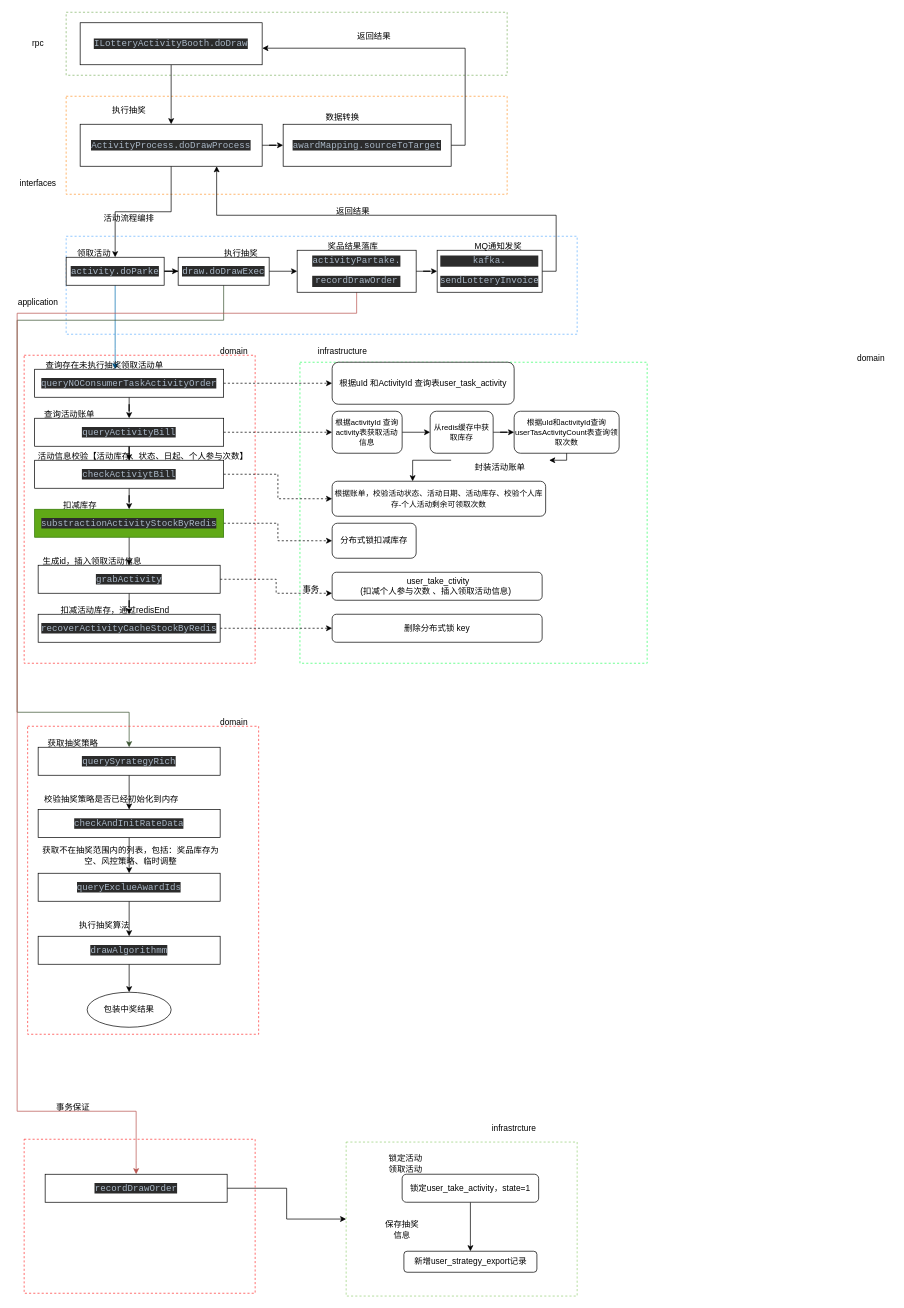
The draw.io diagram lottery-架构图.drawio in VilaNan/tsxxx.github.io, before the edit. Source tidied: cells renumbered, new cells numbered last; positions are measured from the earlier drawing's top-left corner, leaving out a move shared by most shapes. Both pictures are drawn from the tidied source at 70%, with x=0, y=0 at pixel (17, 12).
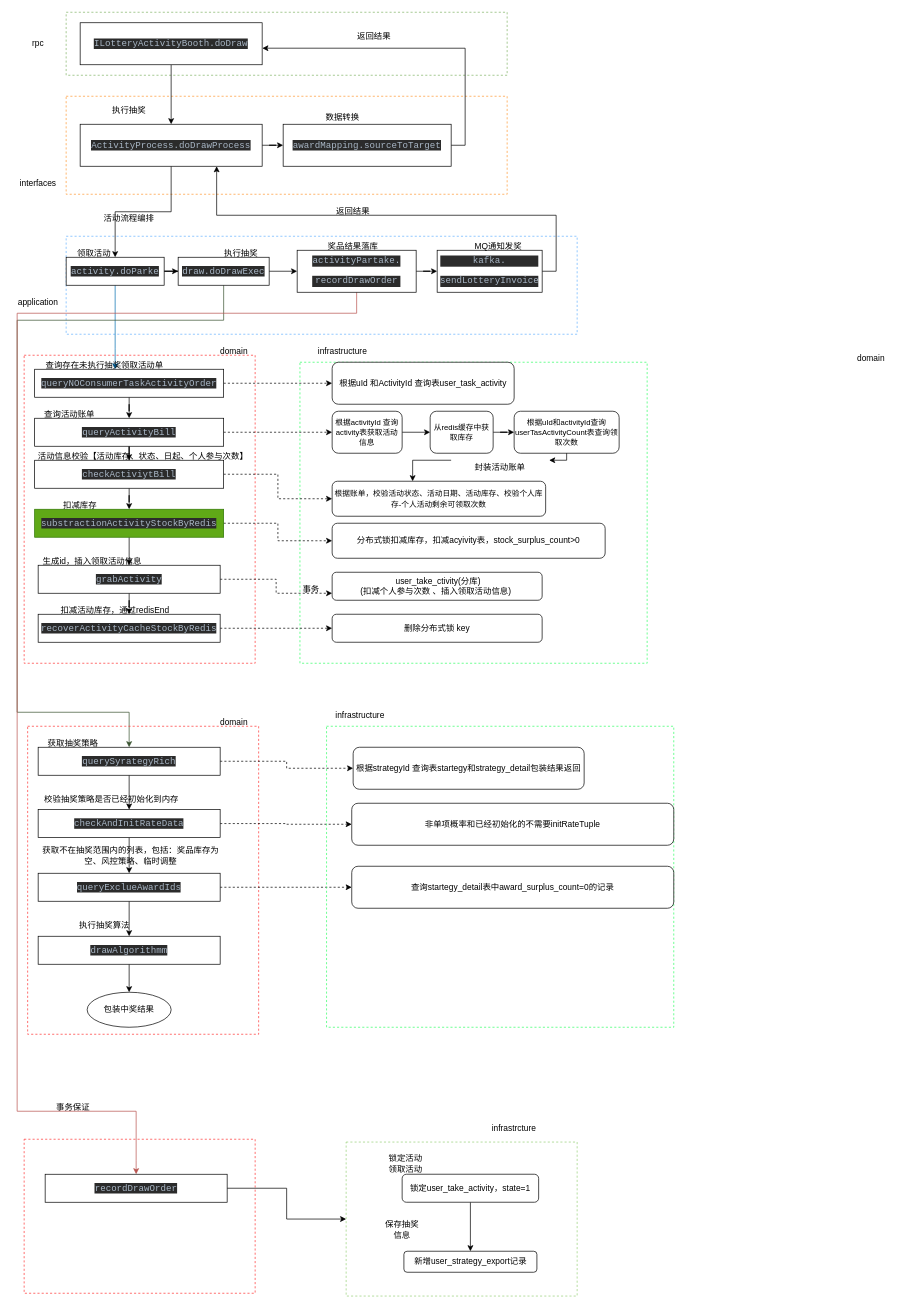
The same page after the edit.

Commit message:
更新lottery-架构图.drawio

Unchanged cells that the change refers to:
```xml
<mxCell id="78" value="&lt;pre style=&quot;border-color: var(--border-color); color: rgb(169, 183, 198); font-size: 9.8pt; font-style: normal; font-variant-ligatures: normal; font-variant-caps: normal; font-weight: 400; letter-spacing: normal; orphans: 2; text-align: center; text-indent: 0px; text-transform: none; widows: 2; word-spacing: 0px; -webkit-text-stroke-width: 0px; text-decoration-thickness: initial; text-decoration-style: initial; text-decoration-color: initial; background-color: rgb(43, 43, 43); font-family: &amp;quot;JetBrains Mono&amp;quot;, monospace;&quot;&gt;querySyrategyRich&lt;/pre&gt;" style="whiteSpace=wrap;html=1;rounded=0;" parent="1" vertex="1">
  <mxGeometry x="30" y="1050" width="260" height="40" as="geometry" />
</mxCell>
<mxCell id="80" value="&lt;pre style=&quot;border-color: var(--border-color); color: rgb(169, 183, 198); font-size: 9.8pt; font-style: normal; font-variant-ligatures: normal; font-variant-caps: normal; font-weight: 400; letter-spacing: normal; orphans: 2; text-align: center; text-indent: 0px; text-transform: none; widows: 2; word-spacing: 0px; -webkit-text-stroke-width: 0px; text-decoration-thickness: initial; text-decoration-style: initial; text-decoration-color: initial; background-color: rgb(43, 43, 43); font-family: &amp;quot;JetBrains Mono&amp;quot;, monospace;&quot;&gt;checkAndInitRateData&lt;/pre&gt;" style="whiteSpace=wrap;html=1;rounded=0;" parent="1" vertex="1">
  <mxGeometry x="30" y="1139" width="260" height="40" as="geometry" />
</mxCell>
<mxCell id="82" value="&lt;pre style=&quot;border-color: var(--border-color); color: rgb(169, 183, 198); font-size: 9.8pt; font-style: normal; font-variant-ligatures: normal; font-variant-caps: normal; font-weight: 400; letter-spacing: normal; orphans: 2; text-align: center; text-indent: 0px; text-transform: none; widows: 2; word-spacing: 0px; -webkit-text-stroke-width: 0px; text-decoration-thickness: initial; text-decoration-style: initial; text-decoration-color: initial; background-color: rgb(43, 43, 43); font-family: &amp;quot;JetBrains Mono&amp;quot;, monospace;&quot;&gt;queryExclueAwardIds&lt;/pre&gt;" style="whiteSpace=wrap;html=1;rounded=0;" parent="1" vertex="1">
  <mxGeometry x="30" y="1230" width="260" height="40" as="geometry" />
</mxCell>
```

The edit, as a diff of the source:
```diff
@@
-    <mxCell id="72" value="分布式锁扣减库存" style="rounded=1;whiteSpace=wrap;html=1;" parent="1" vertex="1">
-      <mxGeometry x="450" y="730" width="120" height="50" as="geometry" />
+    <mxCell id="72" value="分布式锁扣减库存，扣减acyivity表，stock_surplus_count&amp;gt;0" style="rounded=1;whiteSpace=wrap;html=1;" parent="1" vertex="1">
+      <mxGeometry x="450" y="730" width="390" height="50" as="geometry" />
     </mxCell>
-    <mxCell id="73" value="&amp;nbsp;user_take_ctivity&lt;br&gt;(扣减个人参与次数 、插入领取活动信息)&amp;nbsp;" style="rounded=1;whiteSpace=wrap;html=1;" parent="1" vertex="1">
+    <mxCell id="73" value="&amp;nbsp;user_take_ctivity(分库)&lt;br&gt;(扣减个人参与次数 、插入领取活动信息)&amp;nbsp;" style="rounded=1;whiteSpace=wrap;html=1;" parent="1" vertex="1">
       <mxGeometry x="450" y="800" width="300" height="40" as="geometry" />
     </mxCell>
@@
+    <mxCell id="103" style="edgeStyle=orthogonalEdgeStyle;rounded=0;jettySize=auto;html=1;entryX=0;entryY=0.5;entryDx=0;entryDy=0;dashed=1;" parent="1" edge="1" source="78" target="108">
+      <mxGeometry relative="1" as="geometry" />
+    </mxCell>
@@
+    <mxCell id="104" style="edgeStyle=orthogonalEdgeStyle;rounded=0;jettySize=auto;html=1;entryX=0;entryY=0.5;entryDx=0;entryDy=0;dashed=1;" parent="1" edge="1" source="80" target="109">
+      <mxGeometry relative="1" as="geometry" />
+    </mxCell>
@@
+    <mxCell id="105" style="edgeStyle=orthogonalEdgeStyle;rounded=0;jettySize=auto;html=1;dashed=1;" parent="1" edge="1" source="82" target="110">
+      <mxGeometry relative="1" as="geometry" />
+    </mxCell>
@@
+    <mxCell id="106" style="rounded=0;whiteSpace=wrap;html=1;fillColor=none;dashed=1;strokeColor=#33ff66;" parent="1" vertex="1">
+      <mxGeometry x="442" y="1020" width="496" height="430" as="geometry" />
+    </mxCell>
+    <mxCell id="107" value="infrastructure" style="text;html=1;strokeColor=none;fillColor=none;align=center;verticalAlign=middle;whiteSpace=wrap;rounded=0;" parent="1" vertex="1">
+      <mxGeometry x="460" y="990" width="60" height="30" as="geometry" />
+    </mxCell>
+    <mxCell id="108" value="根据strategyId 查询表startegy和strategy_detail包装结果返回" style="rounded=1;whiteSpace=wrap;html=1;" parent="1" vertex="1">
+      <mxGeometry x="480" y="1050" width="330" height="60" as="geometry" />
+    </mxCell>
+    <mxCell id="109" value="非单项概率和已经初始化的不需要initRateTuple" style="rounded=1;whiteSpace=wrap;html=1;" parent="1" vertex="1">
+      <mxGeometry x="478" y="1130" width="460" height="60" as="geometry" />
+    </mxCell>
+    <mxCell id="110" value="查询startegy_detail表中award_surplus_count=0的记录" style="rounded=1;whiteSpace=wrap;html=1;" parent="1" vertex="1">
+      <mxGeometry x="478" y="1220" width="460" height="60" as="geometry" />
+    </mxCell>
```
